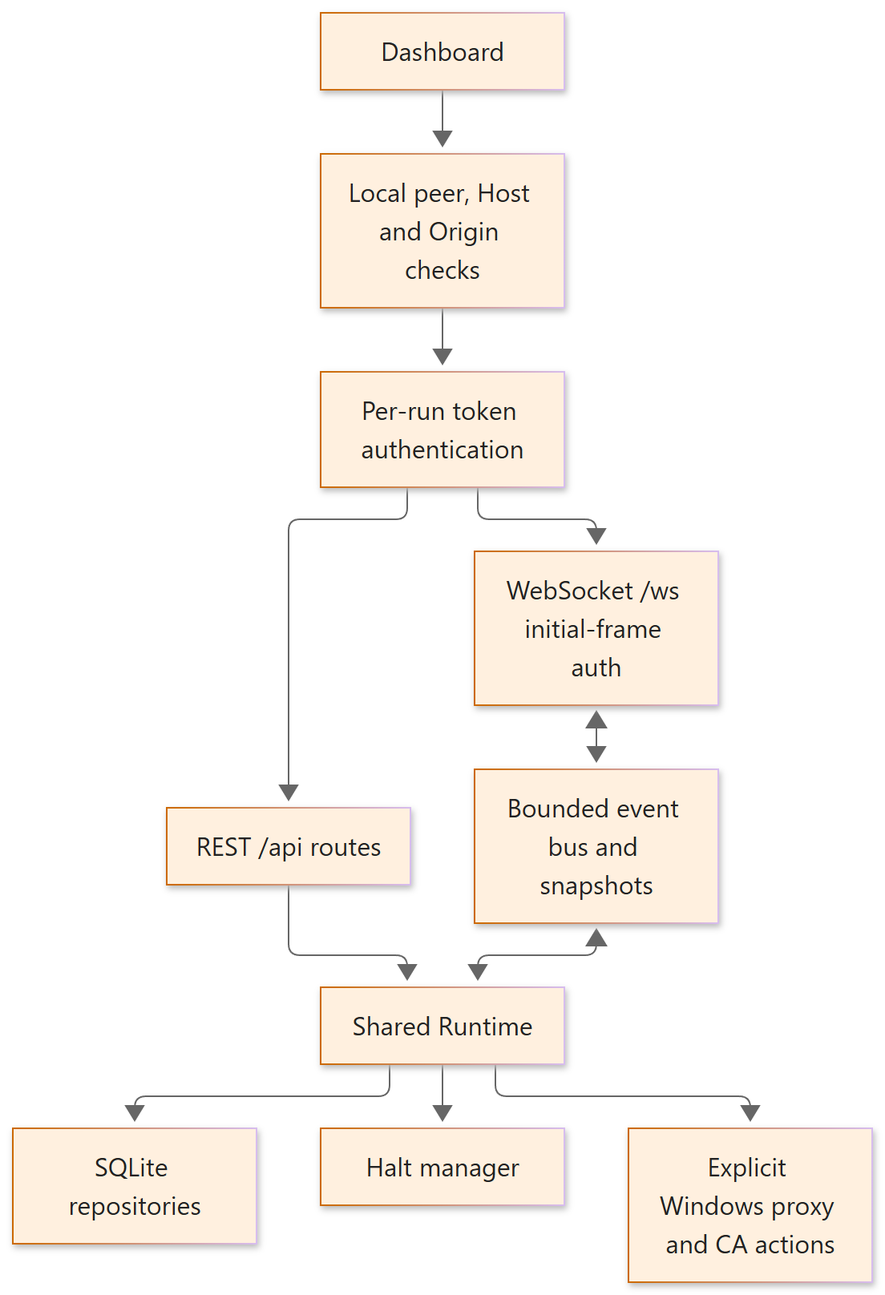
Earlier version of the Mermaid export docs/proposal/diagrams/exported/api-architecture.png (Celtors/SentriFlow-Network-Security). Its source is kept beside it as docs/proposal/diagrams/api-architecture.mmd. Its diagram source:
```mermaid
flowchart TD
  Dashboard --> Boundary[Local peer, Host and Origin checks]
  Boundary --> Auth[Per-run token authentication]
  Auth --> REST[REST /api routes]
  Auth --> WS[WebSocket /ws initial-frame auth]
  REST --> Runtime[Shared Runtime]
  WS <--> Events[Bounded event bus and snapshots]
  Events <--> Runtime
  Runtime --> Repositories[SQLite repositories]
  Runtime --> Halts[Halt manager]
  Runtime --> OS[Explicit Windows proxy and CA actions]
```
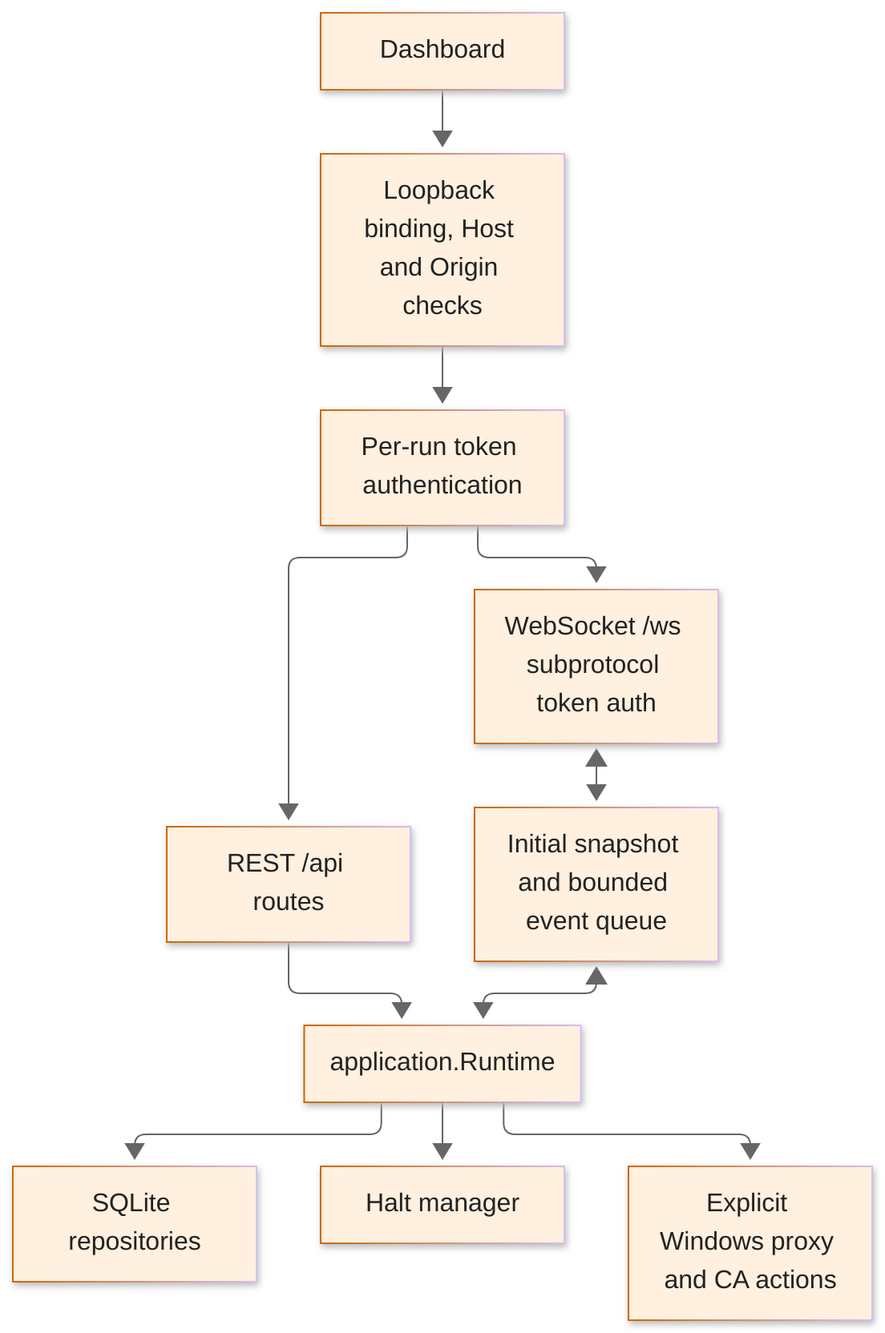
Above is the later version.

Diff of the diagram source:
```diff
@@ -1,10 +1,10 @@
 flowchart TD
-  Dashboard --> Boundary[Local peer, Host and Origin checks]
+  Dashboard --> Boundary[Loopback binding, Host and Origin checks]
   Boundary --> Auth[Per-run token authentication]
   Auth --> REST[REST /api routes]
-  Auth --> WS[WebSocket /ws initial-frame auth]
-  REST --> Runtime[Shared Runtime]
-  WS <--> Events[Bounded event bus and snapshots]
+  Auth --> WS[WebSocket /ws subprotocol token auth]
+  REST --> Runtime[application.Runtime]
+  WS <--> Events[Initial snapshot and bounded event queue]
   Events <--> Runtime
   Runtime --> Repositories[SQLite repositories]
   Runtime --> Halts[Halt manager]
```
